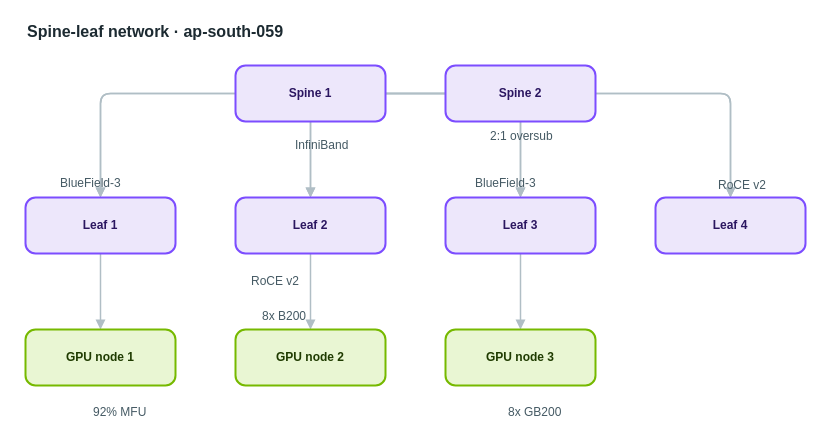
This is apps/web/public/samples/library/059-spine-leaf-network.drawio from AryanG01/open-apprentice, a draw.io file, before an edit. Source tidied: cells renumbered, new cells numbered last; positions are measured from the earlier drawing's top-left corner, leaving out a move shared by most shapes. Both pictures are drawn from the tidied source at 100%, with x=0, y=0 at pixel (25, 17).
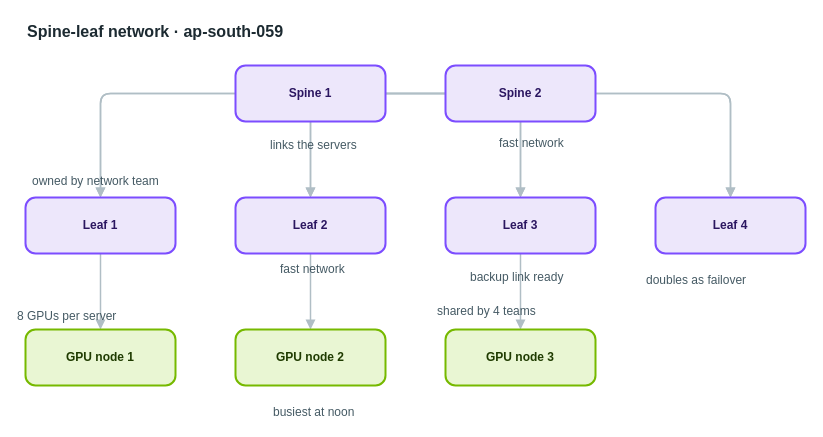
The same page after the edit.

What changed in the source:
```diff
@@
-    <mxCell id="23" value="InfiniBand" style="text;html=1;align=left;verticalAlign=top;whiteSpace=nowrap;spacing=0;spacingTop=0;strokeColor=none;fillColor=none;fontSize=12;fontColor=#455a64;" parent="1" vertex="1">
-      <mxGeometry x="270" y="116" width="82" height="20" as="geometry" />
+    <mxCell id="23" value="links the servers" style="text;html=1;align=left;verticalAlign=top;whiteSpace=nowrap;spacing=0;spacingTop=0;strokeColor=none;fillColor=none;fontSize=12;fontColor=#455a64;" parent="1" vertex="1">
+      <mxGeometry x="245" y="116" width="131" height="20" as="geometry" />
     </mxCell>
-    <mxCell id="24" value="2:1 oversub" style="text;html=1;align=left;verticalAlign=top;whiteSpace=nowrap;spacing=0;spacingTop=0;strokeColor=none;fillColor=none;fontSize=12;fontColor=#455a64;" parent="1" vertex="1">
-      <mxGeometry x="465" y="107" width="89" height="20" as="geometry" />
+    <mxCell id="24" value="fast network" style="text;html=1;align=left;verticalAlign=top;whiteSpace=nowrap;spacing=0;spacingTop=0;strokeColor=none;fillColor=none;fontSize=12;fontColor=#455a64;" parent="1" vertex="1">
+      <mxGeometry x="474" y="114" width="96" height="20" as="geometry" />
     </mxCell>
-    <mxCell id="25" value="BlueField-3" style="text;html=1;align=left;verticalAlign=top;whiteSpace=nowrap;spacing=0;spacingTop=0;strokeColor=none;fillColor=none;fontSize=12;fontColor=#455a64;" parent="1" vertex="1">
-      <mxGeometry x="35" y="154" width="89" height="20" as="geometry" />
+    <mxCell id="25" value="owned by network team" style="text;html=1;align=left;verticalAlign=top;whiteSpace=nowrap;spacing=0;spacingTop=0;strokeColor=none;fillColor=none;fontSize=12;fontColor=#455a64;" parent="1" vertex="1">
+      <mxGeometry x="7" y="152" width="159" height="20" as="geometry" />
     </mxCell>
-    <mxCell id="26" value="RoCE v2" style="text;html=1;align=left;verticalAlign=top;whiteSpace=nowrap;spacing=0;spacingTop=0;strokeColor=none;fillColor=none;fontSize=12;fontColor=#455a64;" parent="1" vertex="1">
-      <mxGeometry x="226" y="252" width="61" height="20" as="geometry" />
+    <mxCell id="26" value="fast network" style="text;html=1;align=left;verticalAlign=top;whiteSpace=nowrap;spacing=0;spacingTop=0;strokeColor=none;fillColor=none;fontSize=12;fontColor=#455a64;" parent="1" vertex="1">
+      <mxGeometry x="255" y="240" width="96" height="20" as="geometry" />
     </mxCell>
-    <mxCell id="27" value="BlueField-3" style="text;html=1;align=left;verticalAlign=top;whiteSpace=nowrap;spacing=0;spacingTop=0;strokeColor=none;fillColor=none;fontSize=12;fontColor=#455a64;" parent="1" vertex="1">
-      <mxGeometry x="450" y="154" width="89" height="20" as="geometry" />
+    <mxCell id="27" value="backup link ready" style="text;html=1;align=left;verticalAlign=top;whiteSpace=nowrap;spacing=0;spacingTop=0;strokeColor=none;fillColor=none;fontSize=12;fontColor=#455a64;" parent="1" vertex="1">
+      <mxGeometry x="445" y="248" width="131" height="20" as="geometry" />
     </mxCell>
-    <mxCell id="28" value="RoCE v2" style="text;html=1;align=left;verticalAlign=top;whiteSpace=nowrap;spacing=0;spacingTop=0;strokeColor=none;fillColor=none;fontSize=12;fontColor=#455a64;" parent="1" vertex="1">
-      <mxGeometry x="693" y="156" width="61" height="20" as="geometry" />
+    <mxCell id="28" value="doubles as failover" style="text;html=1;align=left;verticalAlign=top;whiteSpace=nowrap;spacing=0;spacingTop=0;strokeColor=none;fillColor=none;fontSize=12;fontColor=#455a64;" parent="1" vertex="1">
+      <mxGeometry x="621" y="251" width="145" height="20" as="geometry" />
     </mxCell>
-    <mxCell id="29" value="92% MFU" style="text;html=1;align=left;verticalAlign=top;whiteSpace=nowrap;spacing=0;spacingTop=0;strokeColor=none;fillColor=none;fontSize=12;fontColor=#455a64;" parent="1" vertex="1">
-      <mxGeometry x="68" y="383" width="61" height="20" as="geometry" />
+    <mxCell id="29" value="8 GPUs per server" style="text;html=1;align=left;verticalAlign=top;whiteSpace=nowrap;spacing=0;spacingTop=0;strokeColor=none;fillColor=none;fontSize=12;fontColor=#455a64;" parent="1" vertex="1">
+      <mxGeometry x="-8" y="287" width="131" height="20" as="geometry" />
     </mxCell>
-    <mxCell id="30" value="8x B200" style="text;html=1;align=left;verticalAlign=top;whiteSpace=nowrap;spacing=0;spacingTop=0;strokeColor=none;fillColor=none;fontSize=12;fontColor=#455a64;" parent="1" vertex="1">
-      <mxGeometry x="237" y="287" width="61" height="20" as="geometry" />
+    <mxCell id="30" value="busiest at noon" style="text;html=1;align=left;verticalAlign=top;whiteSpace=nowrap;spacing=0;spacingTop=0;strokeColor=none;fillColor=none;fontSize=12;fontColor=#455a64;" parent="1" vertex="1">
+      <mxGeometry x="248" y="383" width="117" height="20" as="geometry" />
     </mxCell>
-    <mxCell id="31" value="8x GB200" style="text;html=1;align=left;verticalAlign=top;whiteSpace=nowrap;spacing=0;spacingTop=0;strokeColor=none;fillColor=none;fontSize=12;fontColor=#455a64;" parent="1" vertex="1">
-      <mxGeometry x="483" y="383" width="68" height="20" as="geometry" />
+    <mxCell id="31" value="shared by 4 teams" style="text;html=1;align=left;verticalAlign=top;whiteSpace=nowrap;spacing=0;spacingTop=0;strokeColor=none;fillColor=none;fontSize=12;fontColor=#455a64;" parent="1" vertex="1">
+      <mxGeometry x="412" y="282" width="131" height="20" as="geometry" />
     </mxCell>
```
